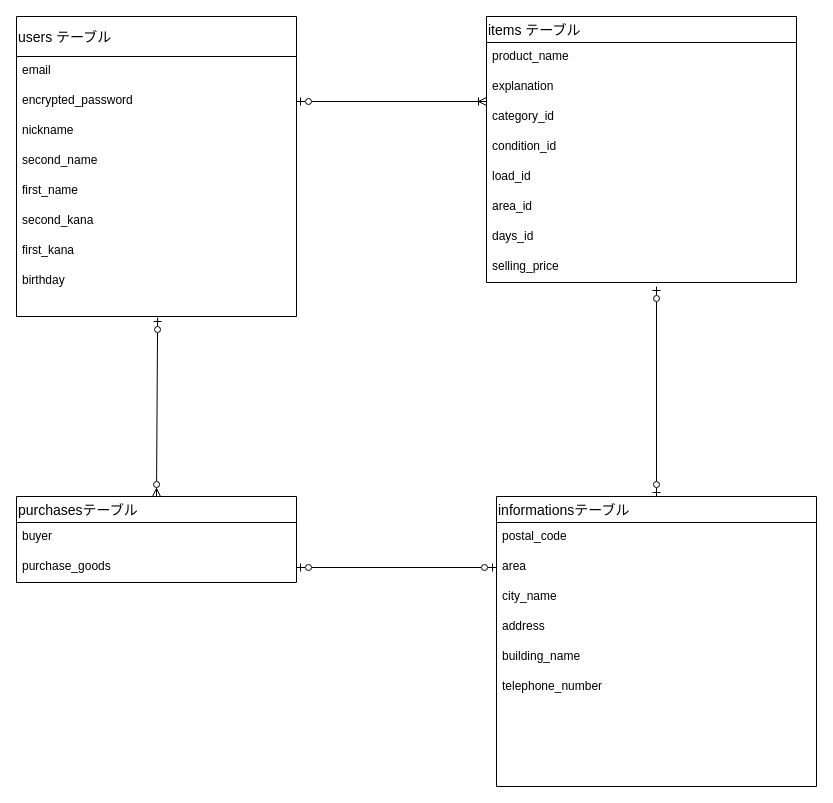
This is furima.dio from shouskee/furima-37764, a draw.io file, before an edit. Source tidied: cells renumbered, new cells numbered last; positions are measured from the earlier drawing's top-left corner, leaving out a move shared by most shapes. Both pictures are drawn from the tidied source at 100%, with x=0, y=0 at pixel (16, 16).
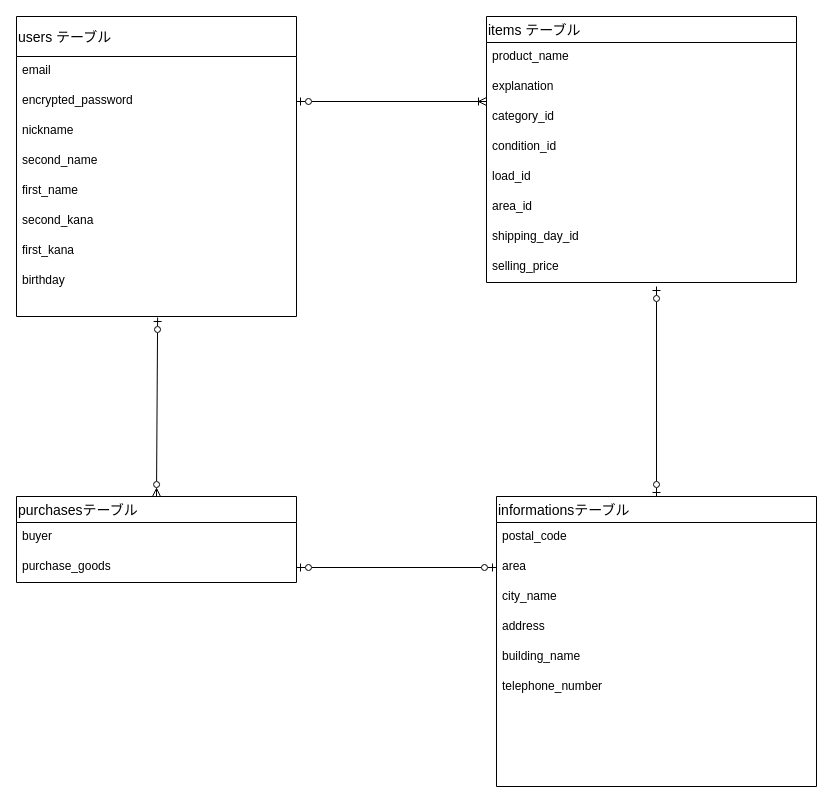
The same page after the edit.

Commit message (it also covers changes not shown here):
データベース設計訂正2

Unchanged cells that the change refers to:
```xml
<mxCell id="12" value="items テーブル" style="swimlane;fontStyle=0;horizontal=1;startSize=26;align=left;fontSize=14;" parent="1" vertex="1">
  <mxGeometry x="470" width="310" height="266" as="geometry" />
</mxCell>
```

What changed in the source:
```diff
@@
-    <mxCell id="19" value="days_id" style="text;strokeColor=none;fillColor=none;spacingLeft=4;spacingRight=4;overflow=hidden;fontSize=12;" parent="12" vertex="1">
+    <mxCell id="19" value="shipping_day_id" style="text;strokeColor=none;fillColor=none;spacingLeft=4;spacingRight=4;overflow=hidden;fontSize=12;" parent="12" vertex="1">
       <mxGeometry y="206" width="310" height="30" as="geometry" />
     </mxCell>
```
